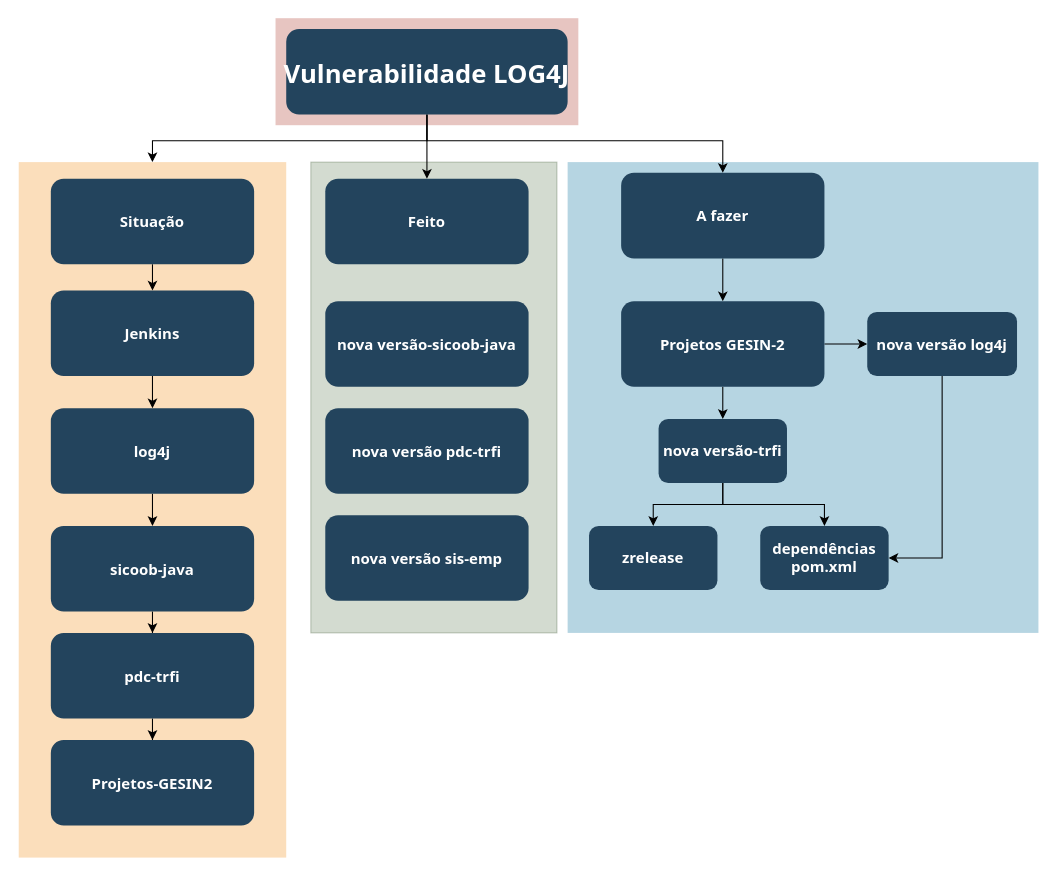
jrvpontes/public keeps this draw.io diagram as Diagrama sem nome.drawio. Above is the earlier version. Source tidied: cells renumbered, new cells numbered last; positions are measured from the earlier drawing's top-left corner, leaving out a move shared by most shapes. Both pictures are drawn from the tidied source at 107%, with x=0, y=0 at pixel (18, 18).
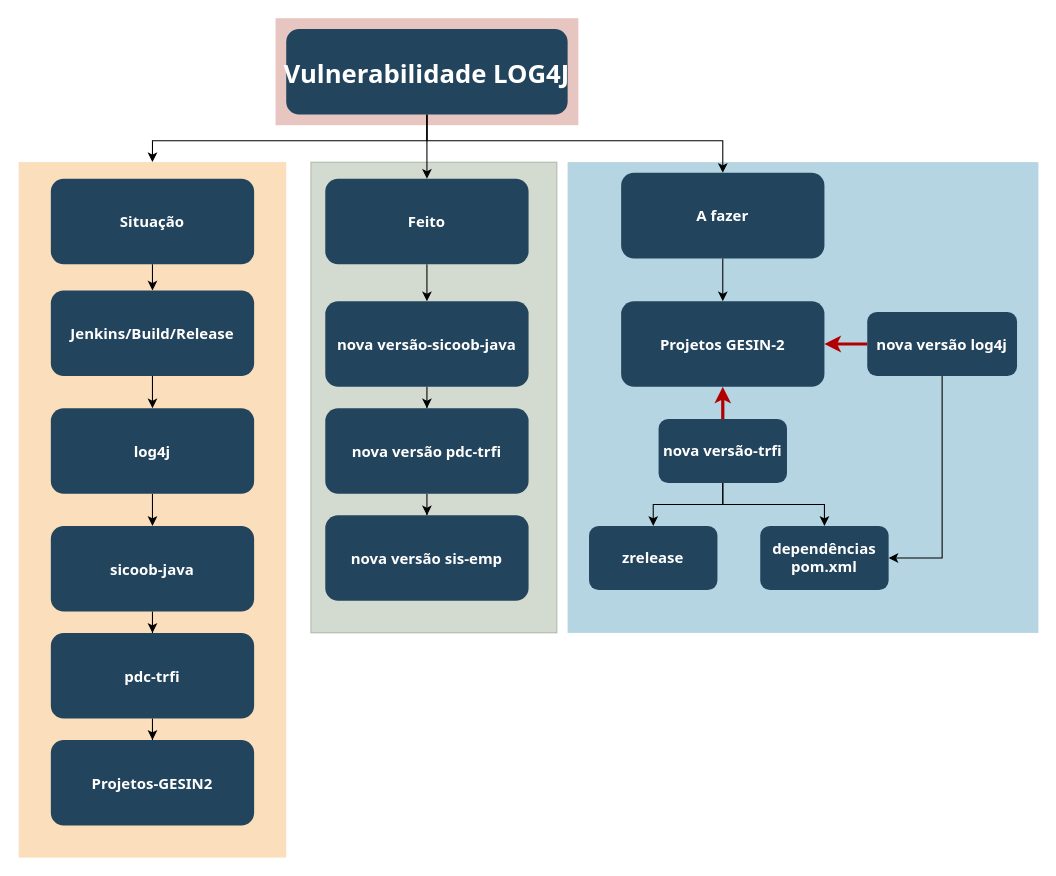
After the change.

Unchanged cells that the change refers to:
```xml
<mxCell id="10" value="Feito" style="rounded=1;fillColor=#23445D;gradientColor=none;strokeColor=none;fontColor=#FFFFFF;fontStyle=1;fontFamily=Tahoma;fontSize=14;" parent="1" vertex="1">
  <mxGeometry x="286.5" y="149.5" width="190" height="80" as="geometry" />
</mxCell>
<mxCell id="22" value="nova versão-sicoob-java" style="rounded=1;fillColor=#23445D;gradientColor=none;strokeColor=none;fontColor=#FFFFFF;fontStyle=1;fontFamily=Tahoma;fontSize=14;" parent="1" vertex="1">
  <mxGeometry x="286.5" y="264" width="190" height="80" as="geometry" />
</mxCell>
<mxCell id="23" value="nova versão pdc-trfi" style="rounded=1;fillColor=#23445D;gradientColor=none;strokeColor=none;fontColor=#FFFFFF;fontStyle=1;fontFamily=Tahoma;fontSize=14;" parent="1" vertex="1">
  <mxGeometry x="286.5" y="364" width="190" height="80" as="geometry" />
</mxCell>
<mxCell id="24" value="nova versão sis-emp" style="rounded=1;fillColor=#23445D;gradientColor=none;strokeColor=none;fontColor=#FFFFFF;fontStyle=1;fontFamily=Tahoma;fontSize=14;" parent="1" vertex="1">
  <mxGeometry x="286.5" y="464" width="190" height="80" as="geometry" />
</mxCell>
<mxCell id="29" value="Projetos GESIN-2" style="rounded=1;fillColor=#23445D;gradientColor=none;strokeColor=none;fontColor=#FFFFFF;fontStyle=1;fontFamily=Tahoma;fontSize=14;" parent="1" vertex="1">
  <mxGeometry x="563" y="264" width="190" height="80" as="geometry" />
</mxCell>
<mxCell id="34" value="nova versão-trfi" style="whiteSpace=wrap;html=1;fontSize=14;fontFamily=Tahoma;fillColor=#23445D;strokeColor=none;fontColor=#FFFFFF;rounded=1;gradientColor=none;fontStyle=1;" parent="1" vertex="1">
  <mxGeometry x="598" y="374" width="120" height="60" as="geometry" />
</mxCell>
<mxCell id="36" value="nova versão log4j" style="rounded=1;fillColor=#23445D;gradientColor=none;strokeColor=none;fontColor=#FFFFFF;fontStyle=1;fontFamily=Tahoma;fontSize=14;" parent="1" vertex="1">
  <mxGeometry x="793" y="274" width="140" height="60" as="geometry" />
</mxCell>
```

The edit, as a diff of the source:
```diff
@@
+    <mxCell id="37" style="edgeStyle=orthogonalEdgeStyle;rounded=0;jettySize=auto;html=1;" parent="1" edge="1" source="10" target="22">
+      <mxGeometry relative="1" as="geometry" />
+    </mxCell>
@@
-    <mxCell id="14" value="Jenkins" style="rounded=1;fillColor=#23445D;gradientColor=none;strokeColor=none;fontColor=#FFFFFF;fontStyle=1;fontFamily=Tahoma;fontSize=14;" parent="1" vertex="1">
+    <mxCell id="14" value="Jenkins/Build/Release" style="rounded=1;fillColor=#23445D;gradientColor=none;strokeColor=none;fontColor=#FFFFFF;fontStyle=1;fontFamily=Tahoma;fontSize=14;" parent="1" vertex="1">
       <mxGeometry x="30" y="254" width="190" height="80" as="geometry" />
     </mxCell>
@@
+    <mxCell id="38" style="edgeStyle=orthogonalEdgeStyle;rounded=0;jettySize=auto;html=1;" parent="1" edge="1" source="22" target="23">
+      <mxGeometry relative="1" as="geometry" />
+    </mxCell>
@@
+    <mxCell id="39" style="edgeStyle=orthogonalEdgeStyle;rounded=0;jettySize=auto;html=1;" parent="1" edge="1" source="23" target="24">
+      <mxGeometry relative="1" as="geometry" />
+    </mxCell>
@@
-    <mxCell id="27" style="edgeStyle=orthogonalEdgeStyle;rounded=0;jettySize=auto;html=1;fontSize=24;" parent="1" edge="1" source="29" target="34">
-      <mxGeometry relative="1" as="geometry" />
-    </mxCell>
-    <mxCell id="28" style="edgeStyle=orthogonalEdgeStyle;rounded=0;jettySize=auto;html=1;fontSize=24;" parent="1" edge="1" source="29" target="36">
-      <mxGeometry relative="1" as="geometry" />
-    </mxCell>
@@
+    <mxCell id="40" style="edgeStyle=orthogonalEdgeStyle;rounded=0;jettySize=auto;html=1;fillColor=#e51400;strokeColor=#B20000;strokeWidth=3;" parent="1" edge="1" source="34" target="29">
+      <mxGeometry relative="1" as="geometry" />
+    </mxCell>
@@
+    <mxCell id="41" style="edgeStyle=orthogonalEdgeStyle;rounded=0;jettySize=auto;html=1;fillColor=#e51400;strokeColor=#B20000;strokeWidth=3;" parent="1" edge="1" source="36" target="29">
+      <mxGeometry relative="1" as="geometry" />
+    </mxCell>
```
